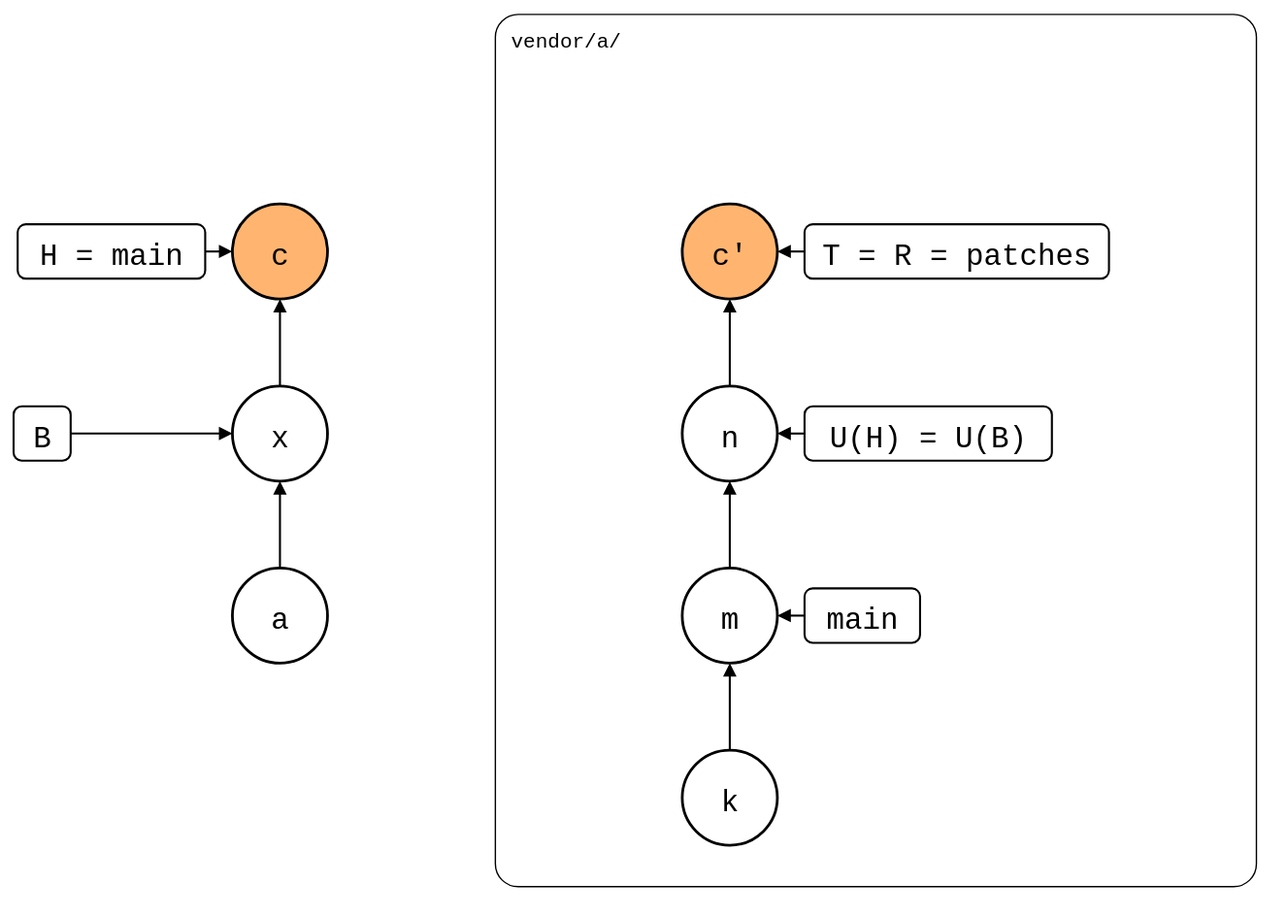
This is test/scenarios/06-rewritten-history/04-patch-branch-rebased/01-unpushed-local-commit/redone-on-top.drawio.svg from roschaefer/git-splice, a draw.io export, as it was before one commit. Source tidied: cells renumbered, new cells last; positions are measured from the earlier drawing's top-left corner, leaving out a move shared by most shapes.
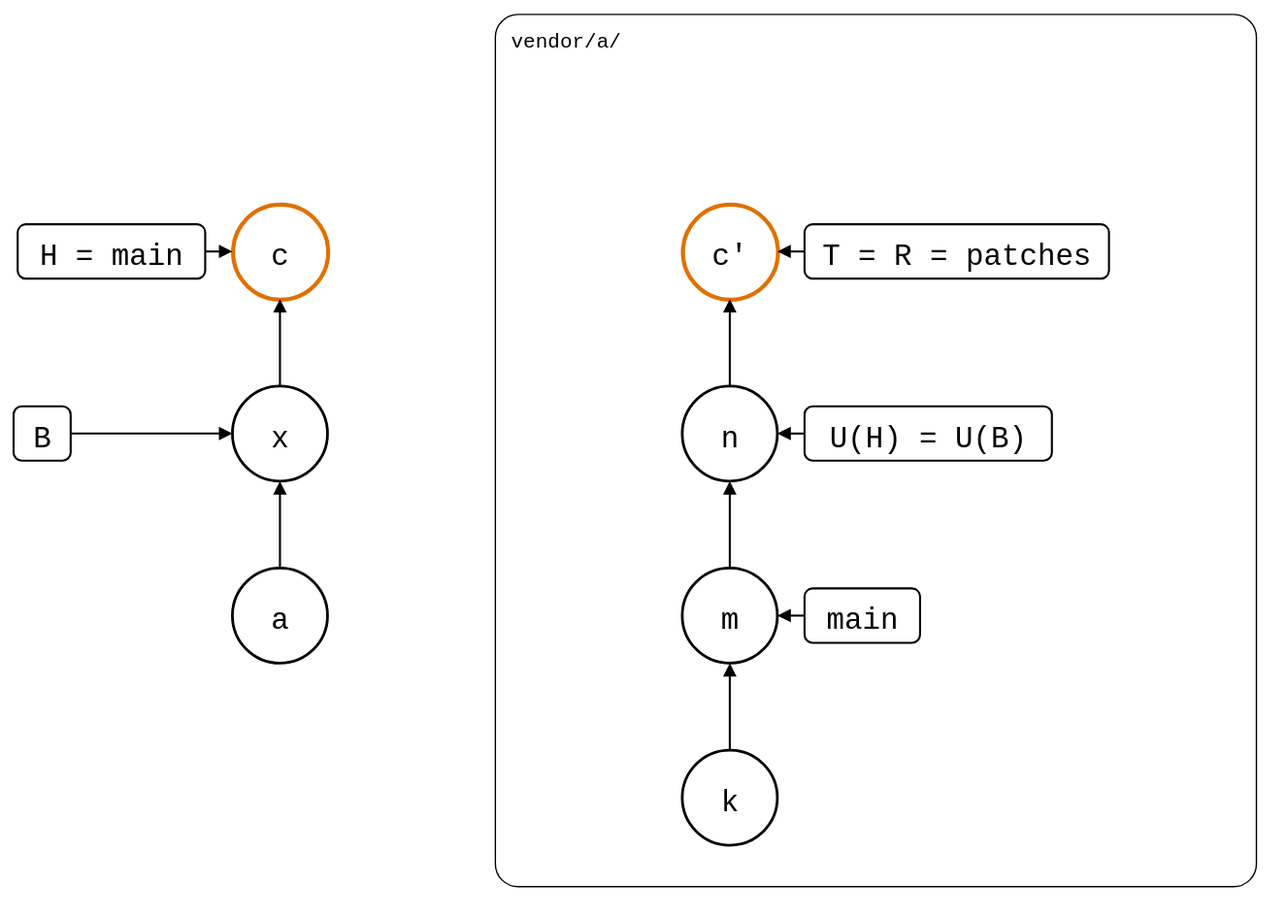
Above is the later version.

Diff of the diagram source:
```diff
@@ -5,7 +5,7 @@
     <mxCell id="2" value="vendor/a/" style="rounded=1;arcSize=3;fillColor=none;strokeWidth=1;fontSize=15;verticalAlign=top;align=left;spacingLeft=10;spacingTop=4;fontFamily=Roboto Mono,monospace;" parent="1" vertex="1">
       <mxGeometry x="354" width="560" height="642" as="geometry" />
     </mxCell>
-    <mxCell id="3" value="c" style="ellipse;strokeWidth=2;fontSize=22;fontFamily=Roboto Mono,monospace;fillColor=#FFB570;" parent="1" vertex="1">
+    <mxCell id="3" value="c" style="ellipse;fontSize=22;fontFamily=Roboto Mono,monospace;strokeColor=#E07000;strokeWidth=3;" parent="1" vertex="1">
       <mxGeometry x="161" y="140" width="70" height="70" as="geometry" />
     </mxCell>
     <mxCell id="4" value="x" style="ellipse;strokeWidth=2;fontSize=22;fontFamily=Roboto Mono,monospace;" parent="1" vertex="1">
@@ -14,7 +14,7 @@
     <mxCell id="5" value="a" style="ellipse;strokeWidth=2;fontSize=22;fontFamily=Roboto Mono,monospace;" parent="1" vertex="1">
       <mxGeometry x="161" y="408" width="70" height="70" as="geometry" />
     </mxCell>
-    <mxCell id="6" value="c'" style="ellipse;strokeWidth=2;fontSize=22;fontFamily=Roboto Mono,monospace;fillColor=#FFB570;" parent="1" vertex="1">
+    <mxCell id="6" value="c'" style="ellipse;fontSize=22;fontFamily=Roboto Mono,monospace;strokeColor=#E07000;strokeWidth=3;" parent="1" vertex="1">
       <mxGeometry x="492" y="140" width="70" height="70" as="geometry" />
     </mxCell>
     <mxCell id="7" value="n" style="ellipse;strokeWidth=2;fontSize=22;fontFamily=Roboto Mono,monospace;" parent="1" vertex="1">
```
